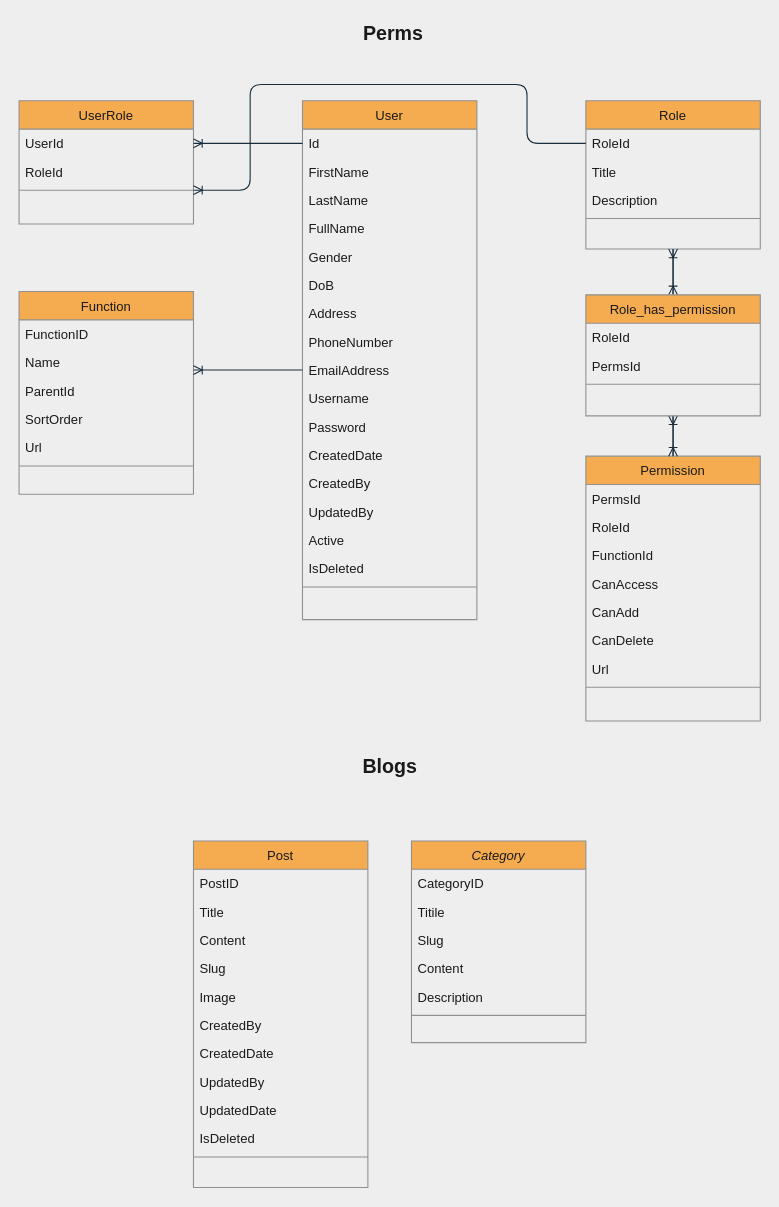
sonitaaaaa/.net-tasking keeps this draw.io diagram as Untitled Diagram.drawio. Above is the earlier version. Source tidied: cells renumbered, new cells numbered last; positions are measured from the earlier drawing's top-left corner, leaving out a move shared by most shapes. Both pictures are drawn from the tidied source at 109%, with x=0, y=0 at pixel (19, 19).
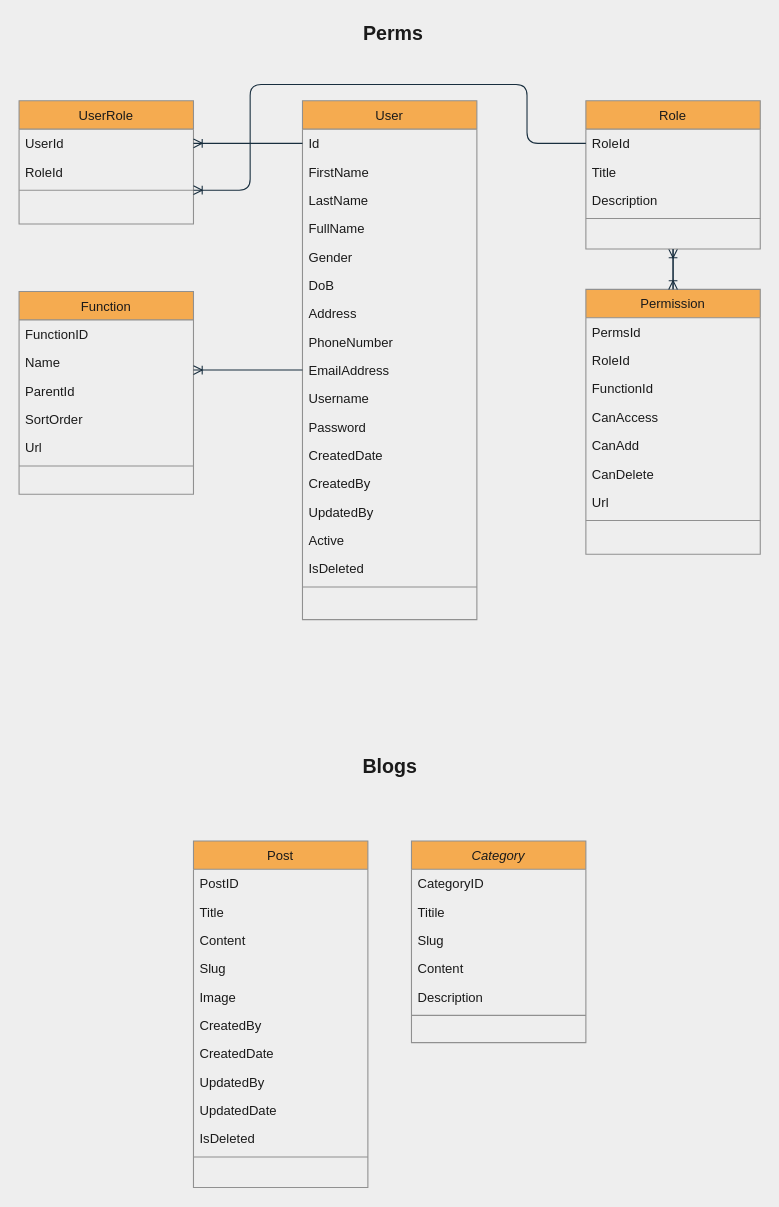
The same diagram, later.

The change refers to these unchanged cells:
```xml
<mxCell id="35" value="Role" style="swimlane;fontStyle=0;align=center;verticalAlign=top;horizontal=1;startSize=26;rounded=0;shadow=0;strokeWidth=1;fillColor=#F5AB50;strokeColor=#909090;fontColor=#1A1A1A;" parent="1" vertex="1">
  <mxGeometry x="520" y="75" width="160" height="136" as="geometry" />
</mxCell>
```

Change to the diagram source:
```diff
@@
-    <mxCell id="24" style="edgeStyle=orthogonalEdgeStyle;rounded=1;sketch=0;jettySize=auto;html=1;entryX=0.5;entryY=1;entryDx=0;entryDy=0;fontSize=18;fontColor=#1A1A1A;endArrow=ERoneToMany;endFill=0;strokeColor=#182E3E;" parent="1" edge="1" source="25" target="72">
-      <mxGeometry relative="1" as="geometry" />
+    <mxCell id="24" style="edgeStyle=orthogonalEdgeStyle;rounded=1;sketch=0;jettySize=auto;html=1;entryX=0.5;entryY=1;entryDx=0;entryDy=0;fontSize=18;fontColor=#1A1A1A;endArrow=ERoneToMany;endFill=0;strokeColor=#182E3E;" parent="1" edge="1" source="25">
+      <mxGeometry relative="1" as="geometry">
+        <mxPoint x="600" y="211" as="targetPoint" />
+      </mxGeometry>
     </mxCell>
     <mxCell id="25" value="Permission" style="swimlane;fontStyle=0;align=center;verticalAlign=top;horizontal=1;startSize=26;rounded=0;shadow=0;strokeWidth=1;fillColor=#F5AB50;strokeColor=#909090;fontColor=#1A1A1A;" parent="1" vertex="1">
-      <mxGeometry x="520" y="401" width="160" height="243" as="geometry" />
+      <mxGeometry x="520" y="248" width="160" height="243" as="geometry" />
     </mxCell>
@@
-    <mxCell id="34" style="edgeStyle=orthogonalEdgeStyle;rounded=1;sketch=0;jettySize=auto;html=1;entryX=0.5;entryY=0;entryDx=0;entryDy=0;fontSize=18;fontColor=#1A1A1A;endArrow=ERoneToMany;endFill=0;strokeColor=#182E3E;" parent="1" edge="1" source="35" target="72">
-      <mxGeometry relative="1" as="geometry" />
-    </mxCell>
@@
-    <mxCell id="70" style="edgeStyle=orthogonalEdgeStyle;rounded=1;sketch=0;jettySize=auto;html=1;entryX=0.5;entryY=0;entryDx=0;entryDy=0;fontSize=18;fontColor=#1A1A1A;strokeColor=#182E3E;verticalAlign=middle;endArrow=ERoneToMany;endFill=0;" parent="1" edge="1" source="72" target="25">
-      <mxGeometry relative="1" as="geometry" />
+    <mxCell id="70" style="edgeStyle=orthogonalEdgeStyle;rounded=1;sketch=0;jettySize=auto;html=1;entryX=0.5;entryY=0;entryDx=0;entryDy=0;fontSize=18;fontColor=#1A1A1A;strokeColor=#182E3E;verticalAlign=middle;endArrow=ERoneToMany;endFill=0;" parent="1" edge="1" target="25">
+      <mxGeometry relative="1" as="geometry">
+        <mxPoint x="600" y="211" as="sourcePoint" />
+      </mxGeometry>
     </mxCell>
-    <mxCell id="71" style="edgeStyle=orthogonalEdgeStyle;rounded=1;sketch=0;jettySize=auto;html=1;entryX=0.5;entryY=1;entryDx=0;entryDy=0;fontSize=18;fontColor=#1A1A1A;endArrow=ERoneToMany;endFill=0;strokeColor=#182E3E;" parent="1" edge="1" source="72" target="35">
-      <mxGeometry relative="1" as="geometry" />
-    </mxCell>
-    <mxCell id="72" value="Role_has_permission" style="swimlane;fontStyle=0;align=center;verticalAlign=top;horizontal=1;startSize=26;rounded=0;shadow=0;strokeWidth=1;fillColor=#F5AB50;strokeColor=#909090;fontColor=#1A1A1A;" parent="1" vertex="1">
-      <mxGeometry x="520" y="253" width="160" height="111" as="geometry" />
-    </mxCell>
-    <mxCell id="73" value="RoleId" style="text;align=left;verticalAlign=top;spacingLeft=4;spacingRight=4;overflow=hidden;fontColor=#1A1A1A;" parent="72" vertex="1">
-      <mxGeometry y="26" width="160" height="26" as="geometry" />
-    </mxCell>
-    <mxCell id="74" value="PermsId" style="text;align=left;verticalAlign=top;spacingLeft=4;spacingRight=4;overflow=hidden;rounded=0;shadow=0;html=0;fontColor=#1A1A1A;" parent="72" vertex="1">
-      <mxGeometry y="52" width="160" height="26" as="geometry" />
-    </mxCell>
-    <mxCell id="75" style="line;html=1;strokeWidth=1;align=left;verticalAlign=middle;spacingTop=-1;spacingLeft=3;spacingRight=3;labelPosition=right;labelBackgroundColor=#EEEEEE;fillColor=#F5AB50;strokeColor=#909090;fontColor=#1A1A1A;" parent="72" vertex="1">
-      <mxGeometry y="78" width="160" height="8" as="geometry" />
-    </mxCell>
```
